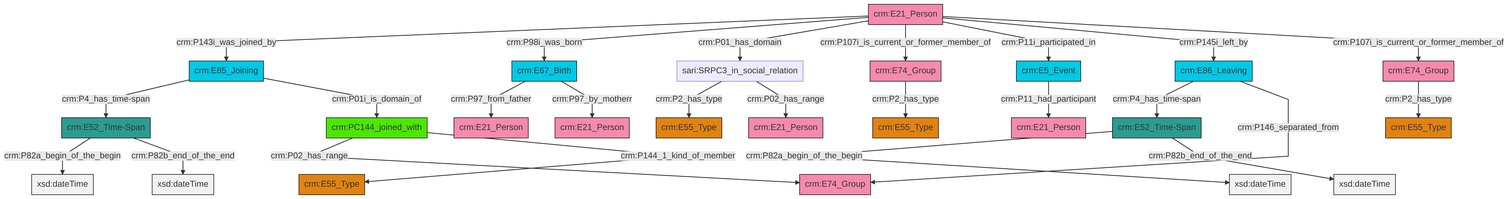
This is et/personCSV/ttl/mmd/png/Person_Actor_Relations.png from swiss-art-research-net/docs.swissartresearch, a Mermaid export, as it was before one commit. Its source is kept beside it as et/personCSV/ttl/mmd/Person_Actor_Relations.ttl.mmd.
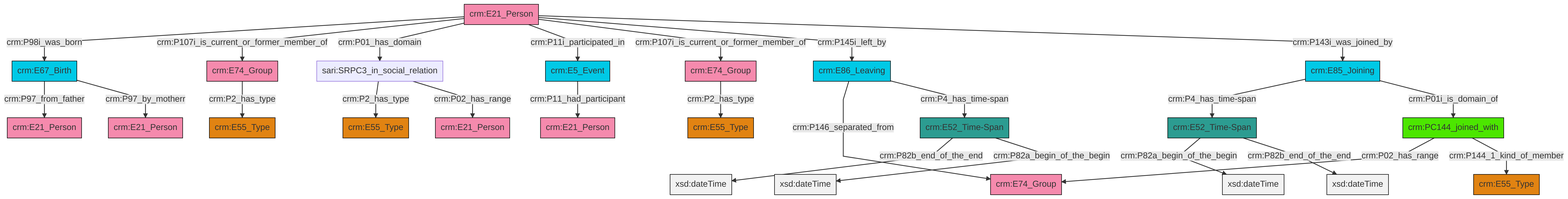
The same diagram one commit later.

Change to the diagram source:
```diff
@@ -13,27 +13,27 @@
 classDef PC_Classes fill:#4ce600, stroke:#000000;
 classDef Multi fill:#cccccc,stroke:#000000;
 
-4["crm:E74_Group"]:::Actor -->|crm:P2_has_type| 5["crm:E55_Type"]:::Type
-11["crm:E52_Time-Span"]:::Time-Span -->|crm:P82a_begin_of_the_begin| 12[xsd:dateTime]:::Literal
-15["crm:E21_Person"]:::Actor -->|crm:P143i_was_joined_by| 16["crm:E85_Joining"]:::Temporal_Entity
-16["crm:E85_Joining"]:::Temporal_Entity -->|crm:P4_has_time-span| 11["crm:E52_Time-Span"]:::Time-Span
-19["crm:E67_Birth"]:::Temporal_Entity -->|crm:P97_from_father| 6["crm:E21_Person"]:::Actor
-15["crm:E21_Person"]:::Actor -->|crm:P98i_was_born| 19["crm:E67_Birth"]:::Temporal_Entity
-15["crm:E21_Person"]:::Actor -->|crm:P01_has_domain| 25["sari:SRPC3_in_social_relation"]:::Default
-20["crm:PC144_joined_with"]:::PC_Classes -->|crm:P02_has_range| 2["crm:E74_Group"]:::Actor
-20["crm:PC144_joined_with"]:::PC_Classes -->|crm:P144_1_kind_of_member| 9["crm:E55_Type"]:::Type
-30["crm:E74_Group"]:::Actor -->|crm:P2_has_type| 22["crm:E55_Type"]:::Type
-25["sari:SRPC3_in_social_relation"]:::Default -->|crm:P2_has_type| 0["crm:E55_Type"]:::Type
-17["crm:E86_Leaving"]:::Temporal_Entity -->|crm:P4_has_time-span| 13["crm:E52_Time-Span"]:::Time-Span
-31["crm:E5_Event"]:::Temporal_Entity -->|crm:P11_had_participant| 28["crm:E21_Person"]:::Actor
-11["crm:E52_Time-Span"]:::Time-Span -->|crm:P82b_end_of_the_end| 34[xsd:dateTime]:::Literal
-15["crm:E21_Person"]:::Actor -->|crm:P107i_is_current_or_former_member_of| 30["crm:E74_Group"]:::Actor
-15["crm:E21_Person"]:::Actor -->|crm:P11i_participated_in| 31["crm:E5_Event"]:::Temporal_Entity
-15["crm:E21_Person"]:::Actor -->|crm:P145i_left_by| 17["crm:E86_Leaving"]:::Temporal_Entity
-13["crm:E52_Time-Span"]:::Time-Span -->|crm:P82a_begin_of_the_begin| 40[xsd:dateTime]:::Literal
-25["sari:SRPC3_in_social_relation"]:::Default -->|crm:P02_has_range| 26["crm:E21_Person"]:::Actor
-15["crm:E21_Person"]:::Actor -->|crm:P107i_is_current_or_former_member_of| 4["crm:E74_Group"]:::Actor
-19["crm:E67_Birth"]:::Temporal_Entity -->|crm:P97_by_motherr| 36["crm:E21_Person"]:::Actor
-16["crm:E85_Joining"]:::Temporal_Entity -->|crm:P01i_is_domain_of| 20["crm:PC144_joined_with"]:::PC_Classes
-17["crm:E86_Leaving"]:::Temporal_Entity -->|crm:P146_separated_from| 2["crm:E74_Group"]:::Actor
-13["crm:E52_Time-Span"]:::Time-Span -->|crm:P82b_end_of_the_end| 46[xsd:dateTime]:::Literal
+4["crm:E52_Time-Span"]:::Time-Span -->|crm:P82b_end_of_the_end| 5[xsd:dateTime]:::Literal
+6["crm:E67_Birth"]:::Temporal_Entity -->|crm:P97_from_father| 7["crm:E21_Person"]:::Actor
+8["crm:E52_Time-Span"]:::Time-Span -->|crm:P82a_begin_of_the_begin| 9[xsd:dateTime]:::Literal
+13["crm:E74_Group"]:::Actor -->|crm:P2_has_type| 15["crm:E55_Type"]:::Type
+19["crm:E86_Leaving"]:::Temporal_Entity -->|crm:P146_separated_from| 20["crm:E74_Group"]:::Actor
+26["crm:E21_Person"]:::Actor -->|crm:P98i_was_born| 6["crm:E67_Birth"]:::Temporal_Entity
+0["crm:PC144_joined_with"]:::PC_Classes -->|crm:P02_has_range| 20["crm:E74_Group"]:::Actor
+17["crm:E85_Joining"]:::Temporal_Entity -->|crm:P4_has_time-span| 8["crm:E52_Time-Span"]:::Time-Span
+29["crm:E5_Event"]:::Temporal_Entity -->|crm:P11_had_participant| 21["crm:E21_Person"]:::Actor
+26["crm:E21_Person"]:::Actor -->|crm:P107i_is_current_or_former_member_of| 30["crm:E74_Group"]:::Actor
+26["crm:E21_Person"]:::Actor -->|crm:P01_has_domain| 2["sari:SRPC3_in_social_relation"]:::Default
+4["crm:E52_Time-Span"]:::Time-Span -->|crm:P82a_begin_of_the_begin| 31[xsd:dateTime]:::Literal
+17["crm:E85_Joining"]:::Temporal_Entity -->|crm:P01i_is_domain_of| 0["crm:PC144_joined_with"]:::PC_Classes
+26["crm:E21_Person"]:::Actor -->|crm:P11i_participated_in| 29["crm:E5_Event"]:::Temporal_Entity
+26["crm:E21_Person"]:::Actor -->|crm:P107i_is_current_or_former_member_of| 13["crm:E74_Group"]:::Actor
+6["crm:E67_Birth"]:::Temporal_Entity -->|crm:P97_by_motherr| 33["crm:E21_Person"]:::Actor
+30["crm:E74_Group"]:::Actor -->|crm:P2_has_type| 38["crm:E55_Type"]:::Type
+19["crm:E86_Leaving"]:::Temporal_Entity -->|crm:P4_has_time-span| 4["crm:E52_Time-Span"]:::Time-Span
+8["crm:E52_Time-Span"]:::Time-Span -->|crm:P82b_end_of_the_end| 40[xsd:dateTime]:::Literal
+26["crm:E21_Person"]:::Actor -->|crm:P145i_left_by| 19["crm:E86_Leaving"]:::Temporal_Entity
+0["crm:PC144_joined_with"]:::PC_Classes -->|crm:P144_1_kind_of_member| 10["crm:E55_Type"]:::Type
+2["sari:SRPC3_in_social_relation"]:::Default -->|crm:P2_has_type| 27["crm:E55_Type"]:::Type
+26["crm:E21_Person"]:::Actor -->|crm:P143i_was_joined_by| 17["crm:E85_Joining"]:::Temporal_Entity
+2["sari:SRPC3_in_social_relation"]:::Default -->|crm:P02_has_range| 23["crm:E21_Person"]:::Actor
```
